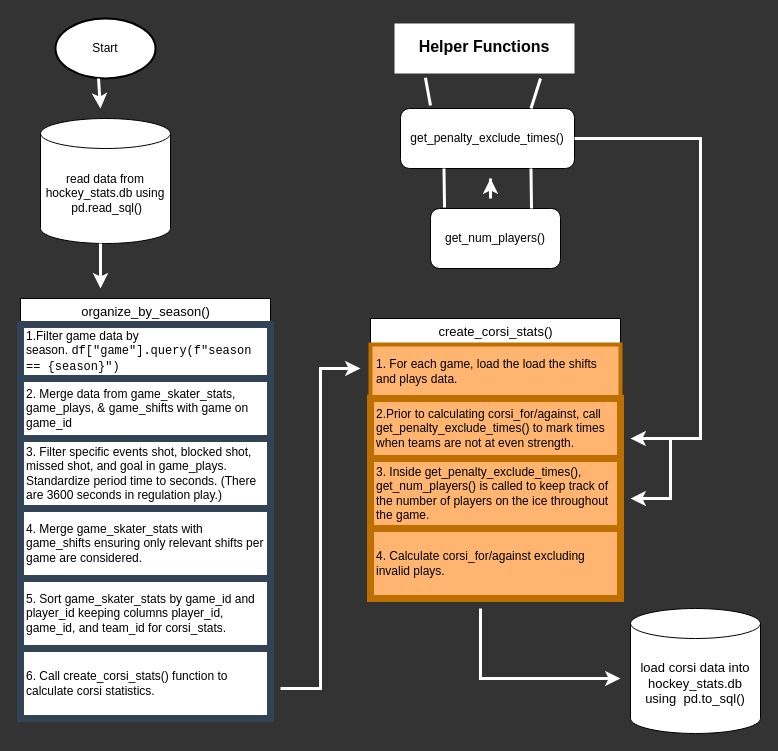
Earlier version of the draw.io diagram flowforcorsi.drawio (ewnike/cost_cup). Source tidied: cells renumbered, new cells numbered last; positions are measured from the earlier drawing's top-left corner, leaving out a move shared by most shapes. Both pictures are drawn from the tidied source at 100%, with x=0, y=0 at pixel (20, 18).
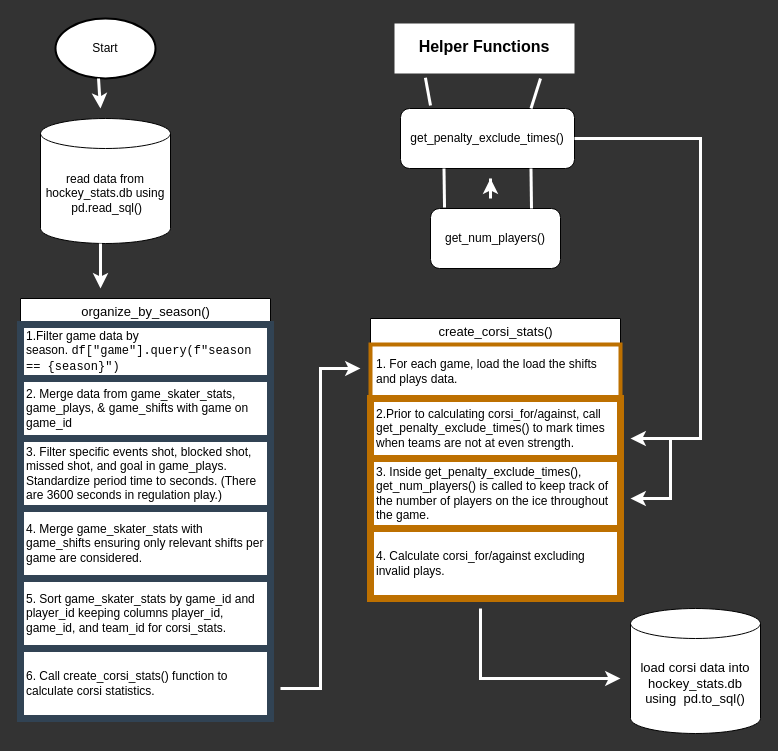
The same page after the edit.

The change refers to these unchanged cells:
```xml
<mxCell id="14" value="&lt;font size=&quot;2&quot;&gt;create_corsi_stats()&lt;/font&gt;" style="swimlane;fontStyle=0;horizontal=1;startSize=26;html=1;" parent="1" vertex="1">
  <mxGeometry x="350" y="300" width="250" height="280" as="geometry" />
</mxCell>
```

Diff of the diagram source:
```diff
@@
-    <mxCell id="15" value="1. For each game, load the load the shifts and plays data." style="text;strokeColor=#BD7000;fillColor=#FFB570;align=left;verticalAlign=middle;spacingLeft=4;spacingRight=4;overflow=hidden;whiteSpace=wrap;html=1;fontColor=#000000;perimeterSpacing=3;strokeWidth=4;" parent="14" vertex="1">
+    <mxCell id="15" value="1. For each game, load the load the shifts and plays data." style="text;strokeColor=#BD7000;fillColor=#FFFFFF;align=left;verticalAlign=middle;spacingLeft=4;spacingRight=4;overflow=hidden;whiteSpace=wrap;html=1;fontColor=#000000;perimeterSpacing=3;strokeWidth=4;" parent="14" vertex="1">
       <mxGeometry y="26" width="250" height="54" as="geometry" />
     </mxCell>
-    <mxCell id="16" value="2.Prior to calculating corsi_for/against, call get_penalty_exclude_times() to mark times when teams are not at even strength." style="text;strokeColor=#BD7000;fillColor=#FFB570;align=left;verticalAlign=middle;spacingLeft=4;spacingRight=4;overflow=hidden;whiteSpace=wrap;html=1;fontColor=#000000;perimeterSpacing=3;strokeWidth=7;" parent="14" vertex="1">
+    <mxCell id="16" value="2.Prior to calculating corsi_for/against, call get_penalty_exclude_times() to mark times when teams are not at even strength." style="text;strokeColor=#BD7000;fillColor=#FFFFFF;align=left;verticalAlign=middle;spacingLeft=4;spacingRight=4;overflow=hidden;whiteSpace=wrap;html=1;fontColor=#000000;perimeterSpacing=3;strokeWidth=7;" parent="14" vertex="1">
       <mxGeometry y="80" width="250" height="60" as="geometry" />
     </mxCell>
-    <mxCell id="17" value="3. Inside get_penalty_exclude_times(), get_num_players() is called to keep track of the number of players on the ice throughout the game." style="text;align=left;verticalAlign=top;spacingLeft=4;spacingRight=4;overflow=hidden;whiteSpace=wrap;html=1;perimeterSpacing=3;strokeWidth=7;fillColor=#FFB570;fontColor=#000000;strokeColor=#BD7000;" parent="14" vertex="1">
+    <mxCell id="17" value="3. Inside get_penalty_exclude_times(), get_num_players() is called to keep track of the number of players on the ice throughout the game." style="text;align=left;verticalAlign=top;spacingLeft=4;spacingRight=4;overflow=hidden;whiteSpace=wrap;html=1;perimeterSpacing=3;strokeWidth=7;fillColor=#FFFFFF;fontColor=#000000;strokeColor=#BD7000;" parent="14" vertex="1">
       <mxGeometry y="140" width="250" height="70" as="geometry" />
     </mxCell>
-    <mxCell id="18" value="4. Calculate corsi_for/against excluding invalid plays." style="text;strokeColor=#BD7000;fillColor=#FFB570;align=left;verticalAlign=middle;spacingLeft=4;spacingRight=4;overflow=hidden;whiteSpace=wrap;html=1;fontColor=#000000;perimeterSpacing=3;strokeWidth=7;" parent="14" vertex="1">
+    <mxCell id="18" value="4. Calculate corsi_for/against excluding invalid plays." style="text;strokeColor=#BD7000;fillColor=#FFFFFF;align=left;verticalAlign=middle;spacingLeft=4;spacingRight=4;overflow=hidden;whiteSpace=wrap;html=1;fontColor=#000000;perimeterSpacing=3;strokeWidth=7;" parent="14" vertex="1">
       <mxGeometry y="210" width="250" height="70" as="geometry" />
     </mxCell>
```
